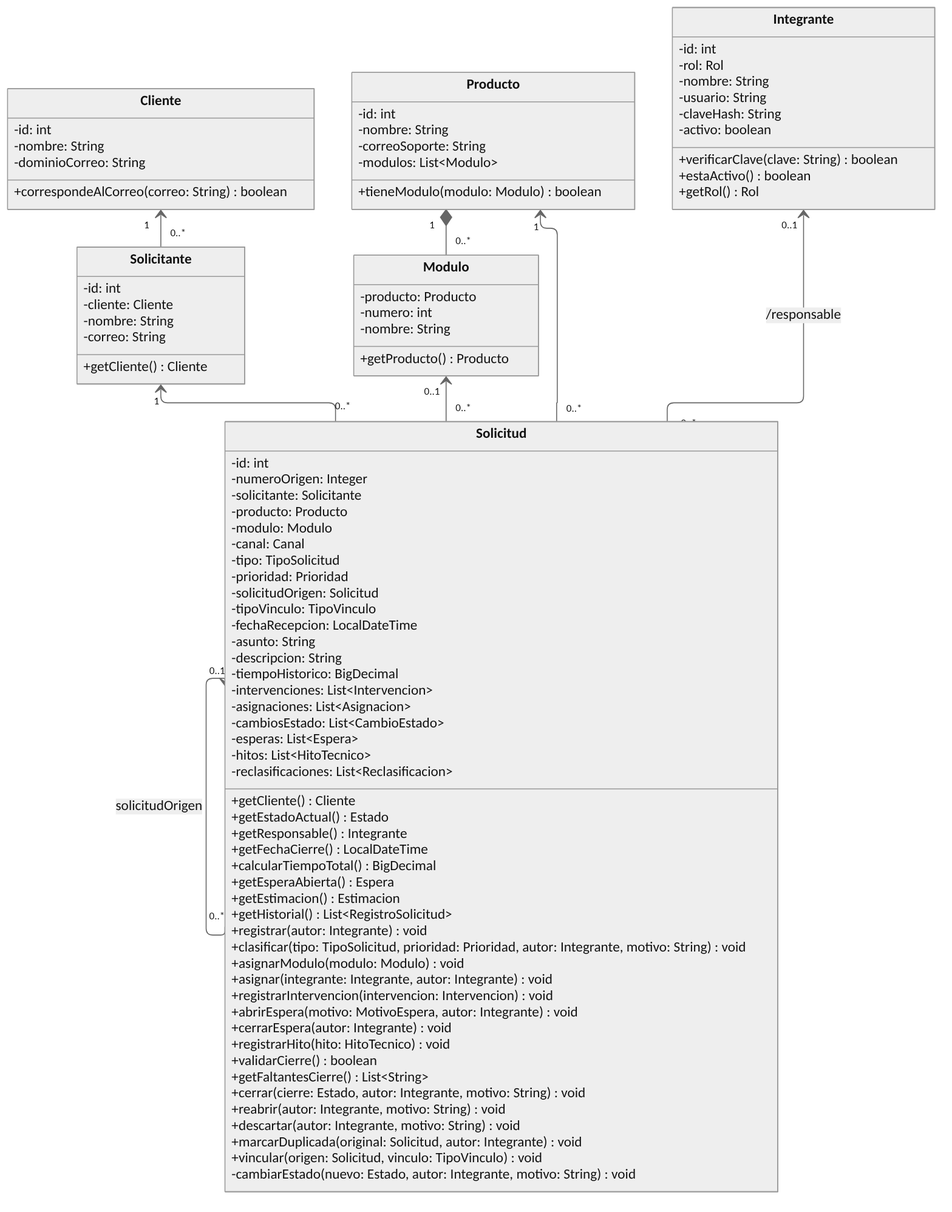
This is diagramas/10-clases-diseno.png from jvillegas88/sistema-gestion-soporte, a Mermaid export, as it was before one commit. Its source is kept beside it as diagramas/10-clases-diseno.mmd. The source it was exported from:
```mermaid
---
config:
  layout: elk
  class:
    padding: 7
  themeCSS: ".nodeLabel, .nodeLabel p, .label foreignObject div { line-height: 1.15 !important; }"
---
classDiagram
    direction TB
    class Cliente {
        -id: int
        -nombre: String
        -dominioCorreo: String
        +correspondeAlCorreo(correo: String) boolean
    }
    class Solicitante {
        -id: int
        -cliente: Cliente
        -nombre: String
        -correo: String
        +getCliente() Cliente
    }
    class Producto {
        -id: int
        -nombre: String
        -correoSoporte: String
        -modulos: List~Modulo~
        +tieneModulo(modulo: Modulo) boolean
    }
    class Modulo {
        -producto: Producto
        -numero: int
        -nombre: String
        +getProducto() Producto
    }
    class Integrante {
        -id: int
        -rol: Rol
        -nombre: String
        -usuario: String
        -claveHash: String
        -activo: boolean
        +verificarClave(clave: String) boolean
        +estaActivo() boolean
        +getRol() Rol
    }
    class Solicitud {
        -id: int
        -numeroOrigen: Integer
        -solicitante: Solicitante
        -producto: Producto
        -modulo: Modulo
        -canal: Canal
        -tipo: TipoSolicitud
        -prioridad: Prioridad
        -solicitudOrigen: Solicitud
        -tipoVinculo: TipoVinculo
        -fechaRecepcion: LocalDateTime
        -asunto: String
        -descripcion: String
        -tiempoHistorico: BigDecimal
        -intervenciones: List~Intervencion~
        -asignaciones: List~Asignacion~
        -cambiosEstado: List~CambioEstado~
        -esperas: List~Espera~
        -hitos: List~HitoTecnico~
        -reclasificaciones: List~Reclasificacion~
        +getCliente() Cliente
        +getEstadoActual() Estado
        +getResponsable() Integrante
        +getFechaCierre() LocalDateTime
        +calcularTiempoTotal() BigDecimal
        +getEsperaAbierta() Espera
        +getEstimacion() Estimacion
        +getHistorial() List~RegistroSolicitud~
        +registrar(autor: Integrante) void
        +clasificar(tipo: TipoSolicitud, prioridad: Prioridad, autor: Integrante, motivo: String) void
        +asignarModulo(modulo: Modulo) void
        +asignar(integrante: Integrante, autor: Integrante) void
        +registrarIntervencion(intervencion: Intervencion) void
        +abrirEspera(motivo: MotivoEspera, autor: Integrante) void
        +cerrarEspera(autor: Integrante) void
        +registrarHito(hito: HitoTecnico) void
        +validarCierre() boolean
        +getFaltantesCierre() List~String~
        +cerrar(cierre: Estado, autor: Integrante, motivo: String) void
        +reabrir(autor: Integrante, motivo: String) void
        +descartar(autor: Integrante, motivo: String) void
        +marcarDuplicada(original: Solicitud, autor: Integrante) void
        +vincular(origen: Solicitud, vinculo: TipoVinculo) void
        -cambiarEstado(nuevo: Estado, autor: Integrante, motivo: String) void
    }
    Cliente "1" <-- "0..*" Solicitante
    Producto "1" *-- "0..*" Modulo
    Solicitante "1" <-- "0..*" Solicitud
    Producto "1" <-- "0..*" Solicitud
    Modulo "0..1" <-- "0..*" Solicitud
    Integrante "0..1" <-- "0..*" Solicitud : /responsable
    Solicitud "0..1" <-- "0..*" Solicitud : solicitudOrigen
```
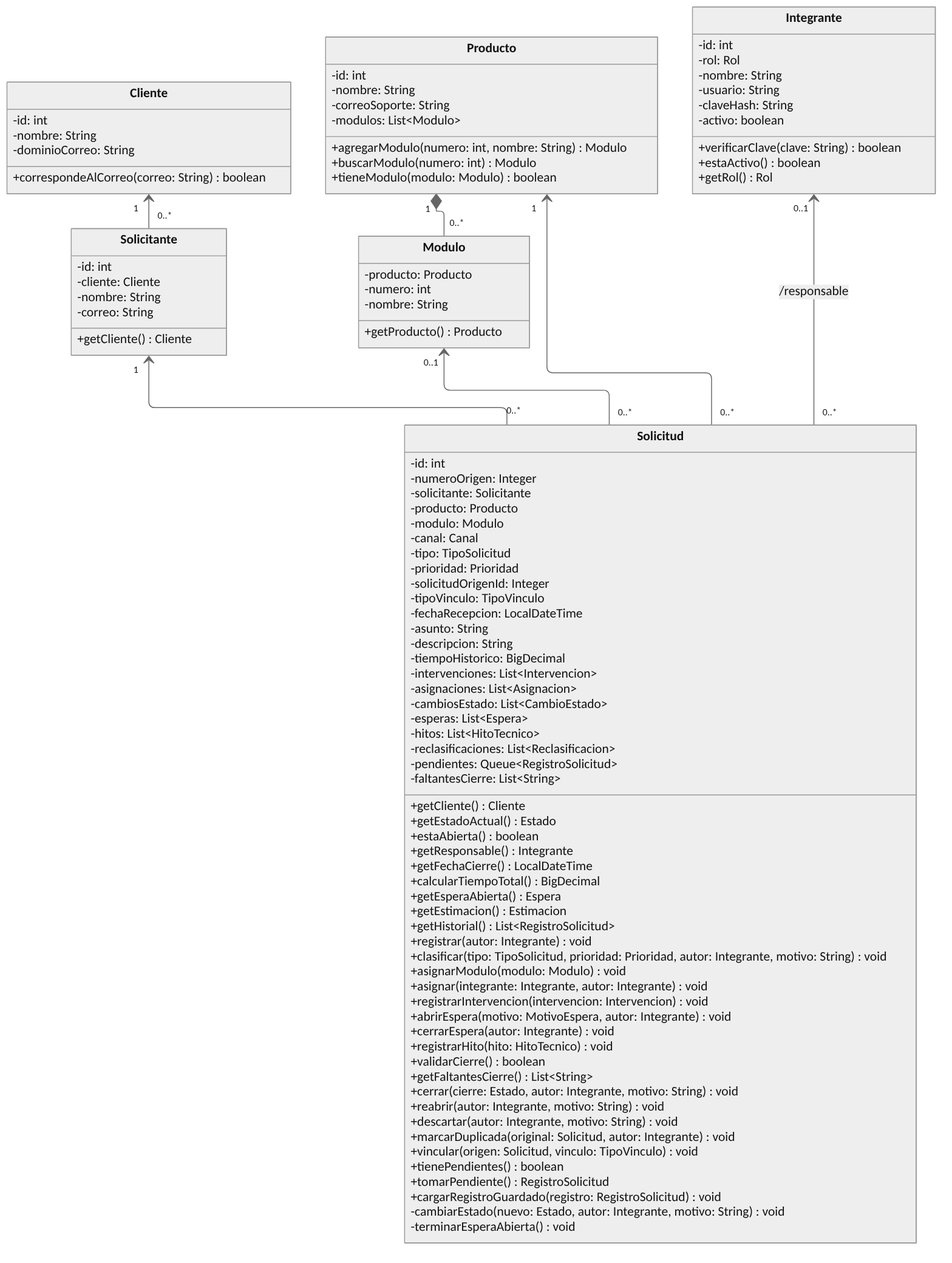
Above is the later version.

The edit, as a diff of the source:
```diff
@@ -1,6 +1,8 @@
 ---
 config:
   layout: elk
+  elk:
+    nodePlacementAlignment: LEFTUP
   class:
     padding: 7
   themeCSS: ".nodeLabel, .nodeLabel p, .label foreignObject div { line-height: 1.15 !important; }"
@@ -25,6 +27,8 @@
         -nombre: String
         -correoSoporte: String
         -modulos: List~Modulo~
+        +agregarModulo(numero: int, nombre: String) Modulo
+        +buscarModulo(numero: int) Modulo
         +tieneModulo(modulo: Modulo) boolean
     }
     class Modulo {
@@ -53,7 +57,7 @@
         -canal: Canal
         -tipo: TipoSolicitud
         -prioridad: Prioridad
-        -solicitudOrigen: Solicitud
+        -solicitudOrigenId: Integer
         -tipoVinculo: TipoVinculo
         -fechaRecepcion: LocalDateTime
         -asunto: String
@@ -65,8 +69,11 @@
         -esperas: List~Espera~
         -hitos: List~HitoTecnico~
         -reclasificaciones: List~Reclasificacion~
+        -pendientes: Queue~RegistroSolicitud~
+        -faltantesCierre: List~String~
         +getCliente() Cliente
         +getEstadoActual() Estado
+        +estaAbierta() boolean
         +getResponsable() Integrante
         +getFechaCierre() LocalDateTime
         +calcularTiempoTotal() BigDecimal
@@ -88,7 +95,11 @@
         +descartar(autor: Integrante, motivo: String) void
         +marcarDuplicada(original: Solicitud, autor: Integrante) void
         +vincular(origen: Solicitud, vinculo: TipoVinculo) void
+        +tienePendientes() boolean
+        +tomarPendiente() RegistroSolicitud
+        +cargarRegistroGuardado(registro: RegistroSolicitud) void
         -cambiarEstado(nuevo: Estado, autor: Integrante, motivo: String) void
+        -terminarEsperaAbierta() void
     }
     Cliente "1" <-- "0..*" Solicitante
     Producto "1" *-- "0..*" Modulo
@@ -96,4 +107,3 @@
     Producto "1" <-- "0..*" Solicitud
     Modulo "0..1" <-- "0..*" Solicitud
     Integrante "0..1" <-- "0..*" Solicitud : /responsable
-    Solicitud "0..1" <-- "0..*" Solicitud : solicitudOrigen
```
